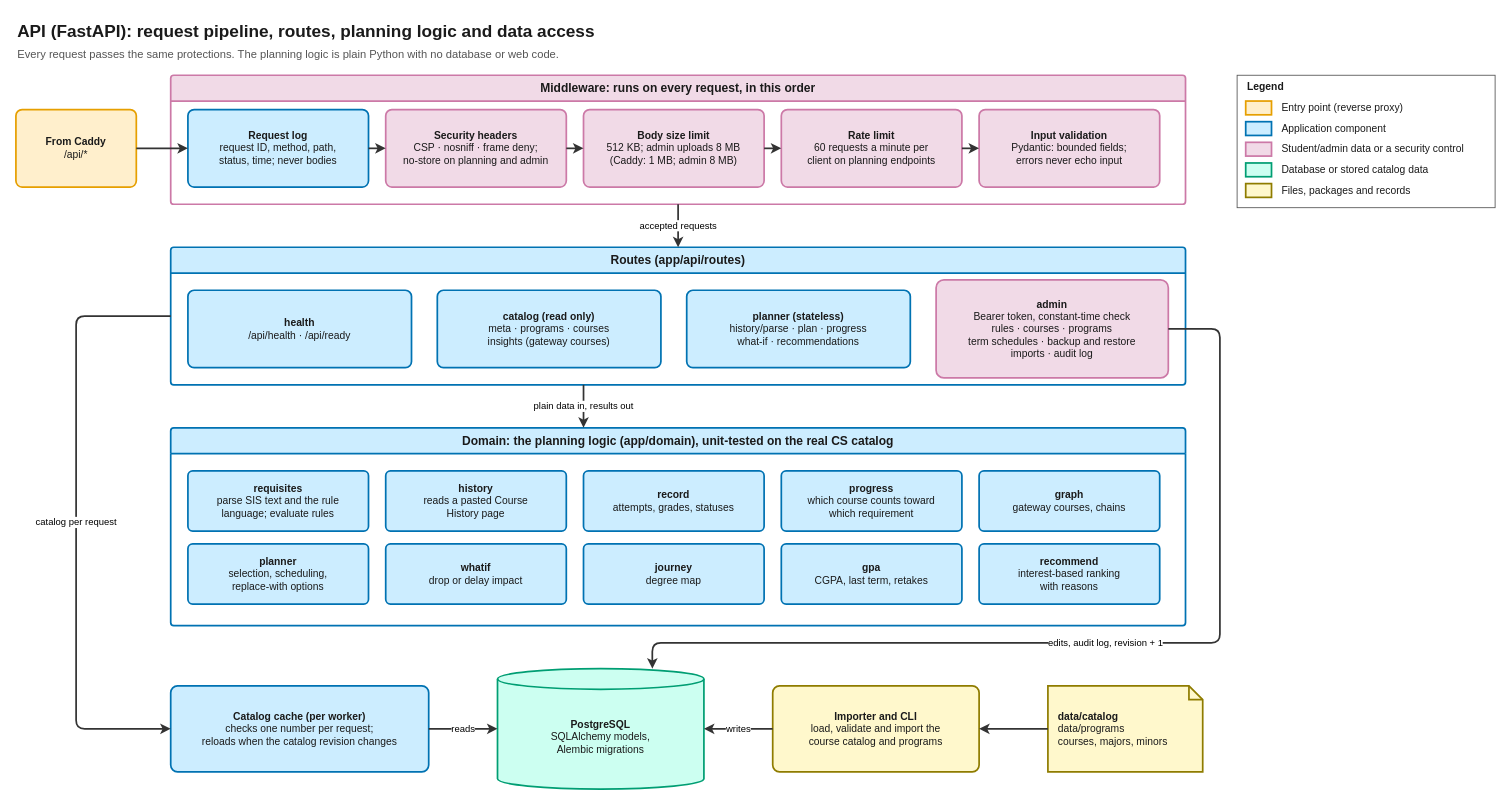
Before: docs/diagrams/03-api.drawio in zaniixx/AUIB-Academic-Advisor, a draw.io diagram. Source tidied: cells renumbered, new cells numbered last; positions are measured from the earlier drawing's top-left corner, leaving out a move shared by most shapes. Both pictures are drawn from the tidied source at 86%, with x=0, y=0 at pixel (15, 15).
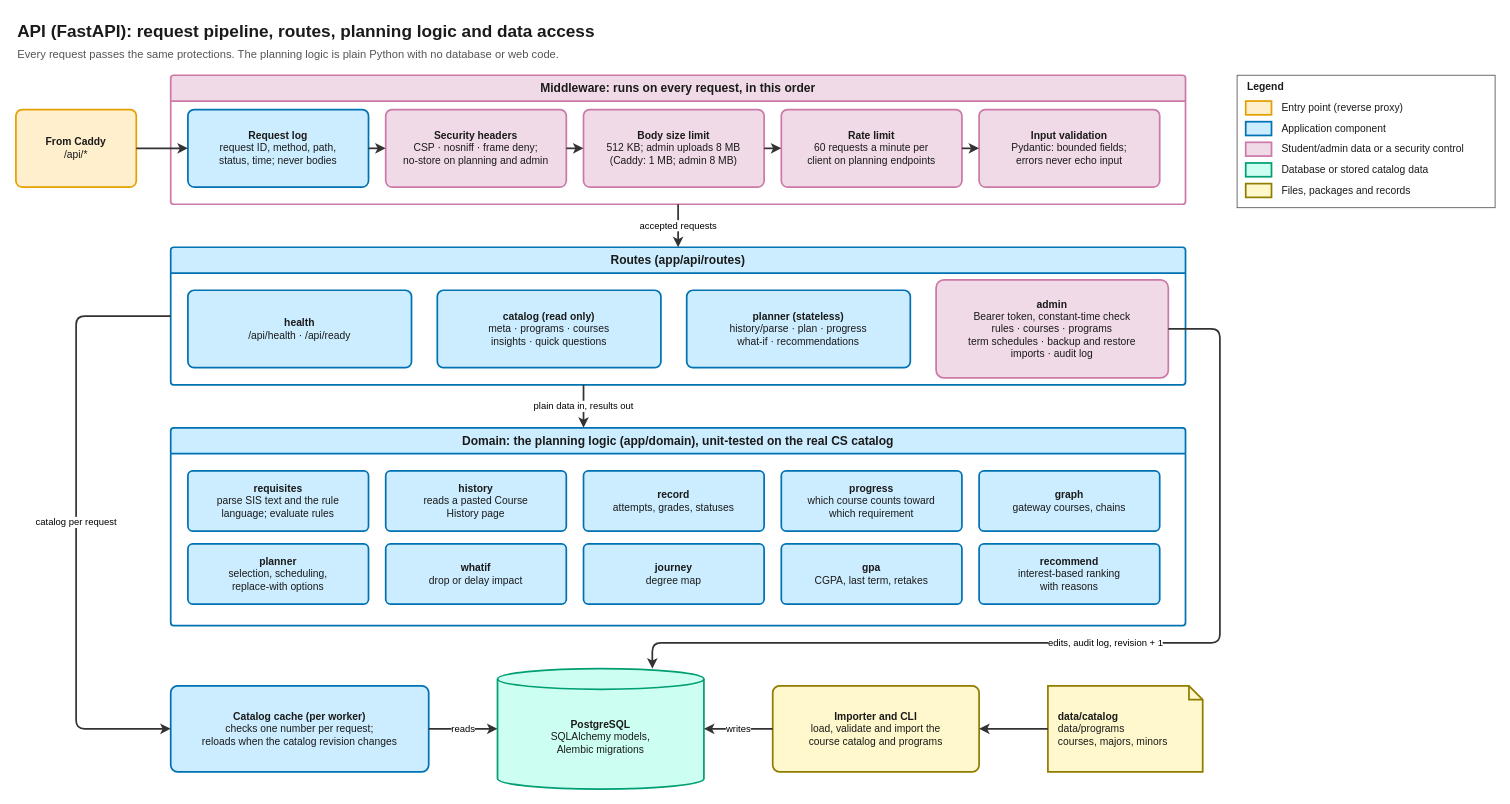
Above is the later version.

The change refers to these unchanged cells:
```xml
<mxCell id="15" value="Routes (app/api/routes)" style="swimlane;startSize=30;html=1;whiteSpace=wrap;fillColor=#ccedff;strokeColor=#0072b2;swimlaneFillColor=#ffffff;fontColor=#1a1a1a;fontFamily=Helvetica;fontSize=14;fontStyle=1;strokeWidth=2;rounded=1;arcSize=4;" parent="1" vertex="1">
  <mxGeometry x="180" y="270" width="1180" height="160" as="geometry" />
</mxCell>
```

Change to the diagram source:
```diff
@@
-    <mxCell id="17" value="&lt;b&gt;catalog (read only)&lt;/b&gt;&lt;br&gt;meta · programs · courses&lt;br&gt;insights (gateway courses)" style="rounded=1;arcSize=8;whiteSpace=wrap;html=1;fillColor=#ccedff;strokeColor=#0072b2;fontColor=#1a1a1a;fontFamily=Helvetica;fontSize=12;strokeWidth=2;verticalAlign=middle;" parent="15" vertex="1">
+    <mxCell id="17" value="&lt;b&gt;catalog (read only)&lt;/b&gt;&lt;br&gt;meta · programs · courses&lt;br&gt;insights · quick questions" style="rounded=1;arcSize=8;whiteSpace=wrap;html=1;fillColor=#ccedff;strokeColor=#0072b2;fontColor=#1a1a1a;fontFamily=Helvetica;fontSize=12;strokeWidth=2;verticalAlign=middle;" parent="15" vertex="1">
       <mxGeometry x="310" y="50" width="260" height="90" as="geometry" />
     </mxCell>
```
